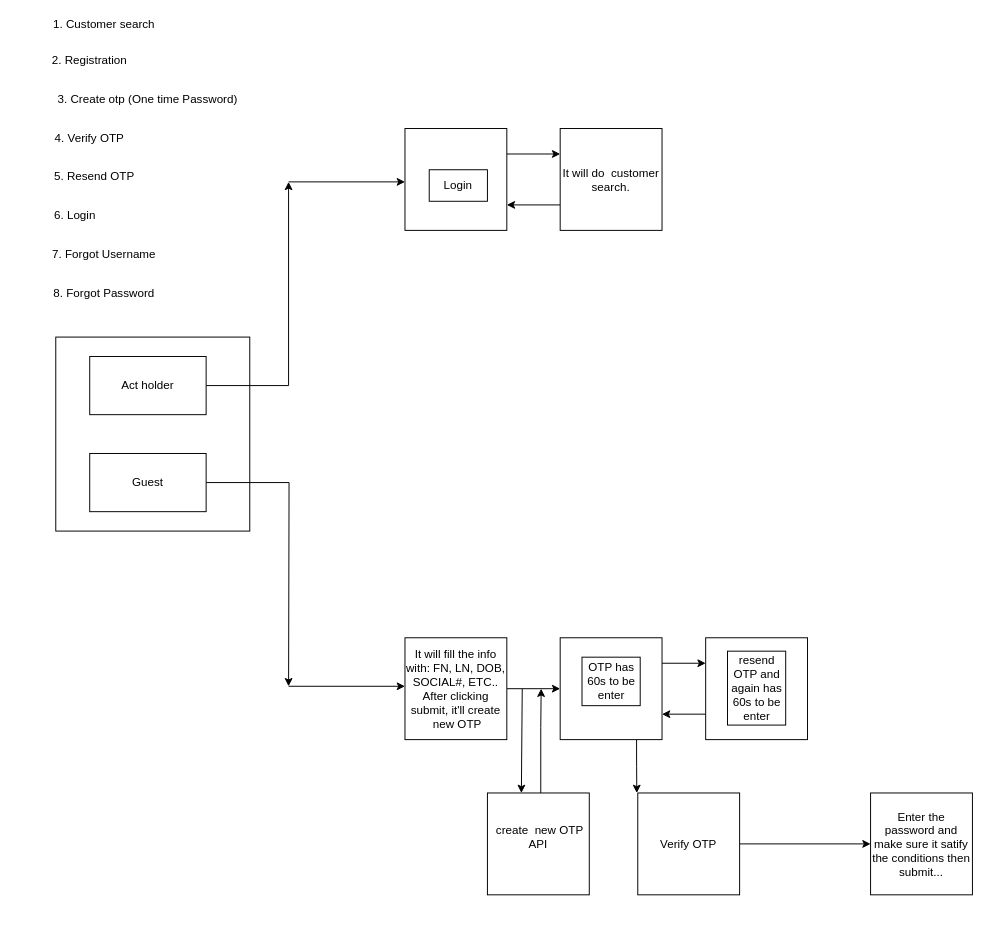
busugu2018/muleCustomerOnboarding keeps this draw.io diagram as customerOnbordingSketch.drawio. Above is the earlier version. Source tidied: cells renumbered, new cells numbered last; positions are measured from the earlier drawing's top-left corner, leaving out a move shared by most shapes. Both pictures are drawn from the tidied source at 97%, with x=0, y=0 at pixel (16, 16).
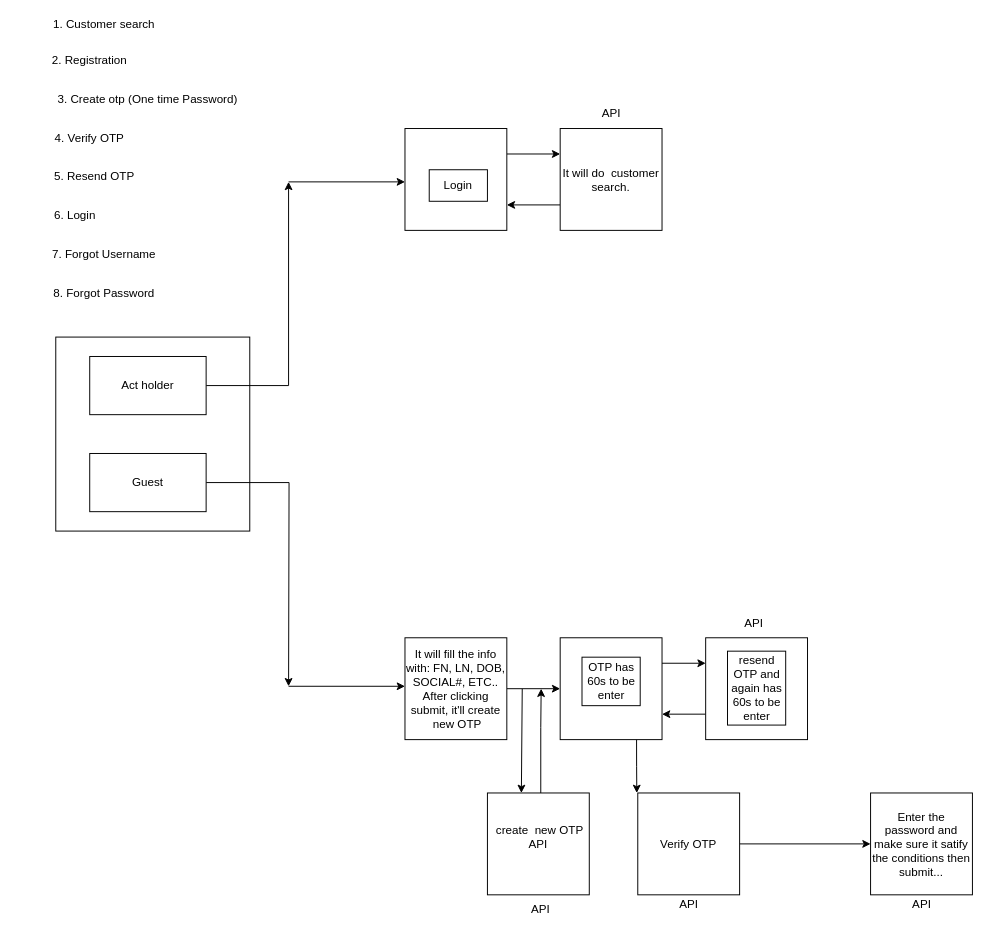
After the change.

What changed in the source:
```diff
@@
+    <mxCell id="38" value="API" style="text;html=1;whiteSpace=wrap;strokeColor=none;fillColor=none;align=center;verticalAlign=middle;rounded=0;" parent="1" vertex="1">
+      <mxGeometry x="582.5" y="85" width="60" height="30" as="geometry" />
+    </mxCell>
+    <mxCell id="39" value="API" style="text;html=1;whiteSpace=wrap;strokeColor=none;fillColor=none;align=center;verticalAlign=middle;rounded=0;" parent="1" vertex="1">
+      <mxGeometry x="730" y="610" width="60" height="30" as="geometry" />
+    </mxCell>
+    <mxCell id="40" value="API" style="text;html=1;whiteSpace=wrap;strokeColor=none;fillColor=none;align=center;verticalAlign=middle;rounded=0;" parent="1" vertex="1">
+      <mxGeometry x="510" y="905" width="60" height="30" as="geometry" />
+    </mxCell>
+    <mxCell id="41" value="API" style="text;html=1;whiteSpace=wrap;strokeColor=none;fillColor=none;align=center;verticalAlign=middle;rounded=0;" parent="1" vertex="1">
+      <mxGeometry x="662.5" y="900" width="60" height="30" as="geometry" />
+    </mxCell>
+    <mxCell id="42" value="API" style="text;html=1;whiteSpace=wrap;strokeColor=none;fillColor=none;align=center;verticalAlign=middle;rounded=0;" parent="1" vertex="1">
+      <mxGeometry x="902.5" y="900" width="60" height="30" as="geometry" />
+    </mxCell>
```
